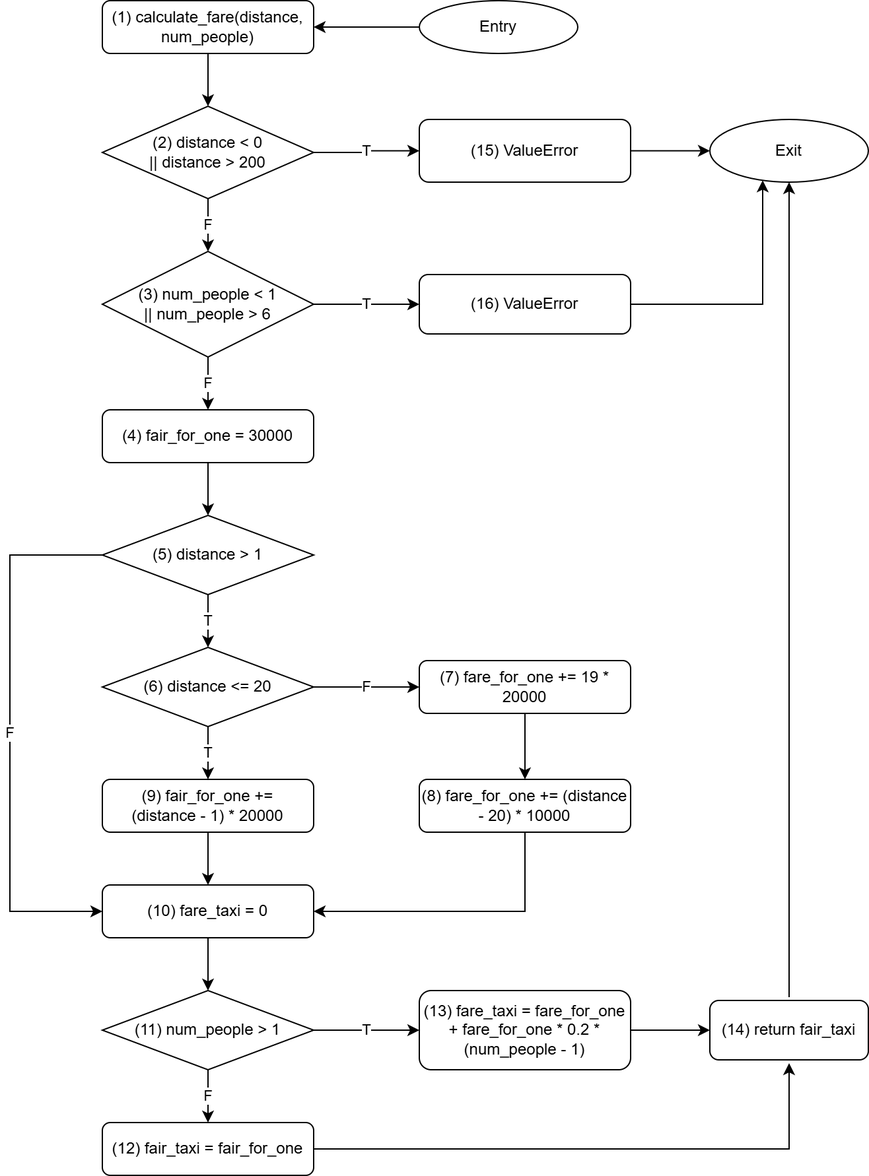
The draw.io diagram kiem_thu_luong_du_lieu/images/my_function.png in huudong03uet/Testing, before a commit. Source tidied: cells renumbered, new cells last; positions are measured from the earlier drawing's top-left corner, leaving out a move shared by most shapes.
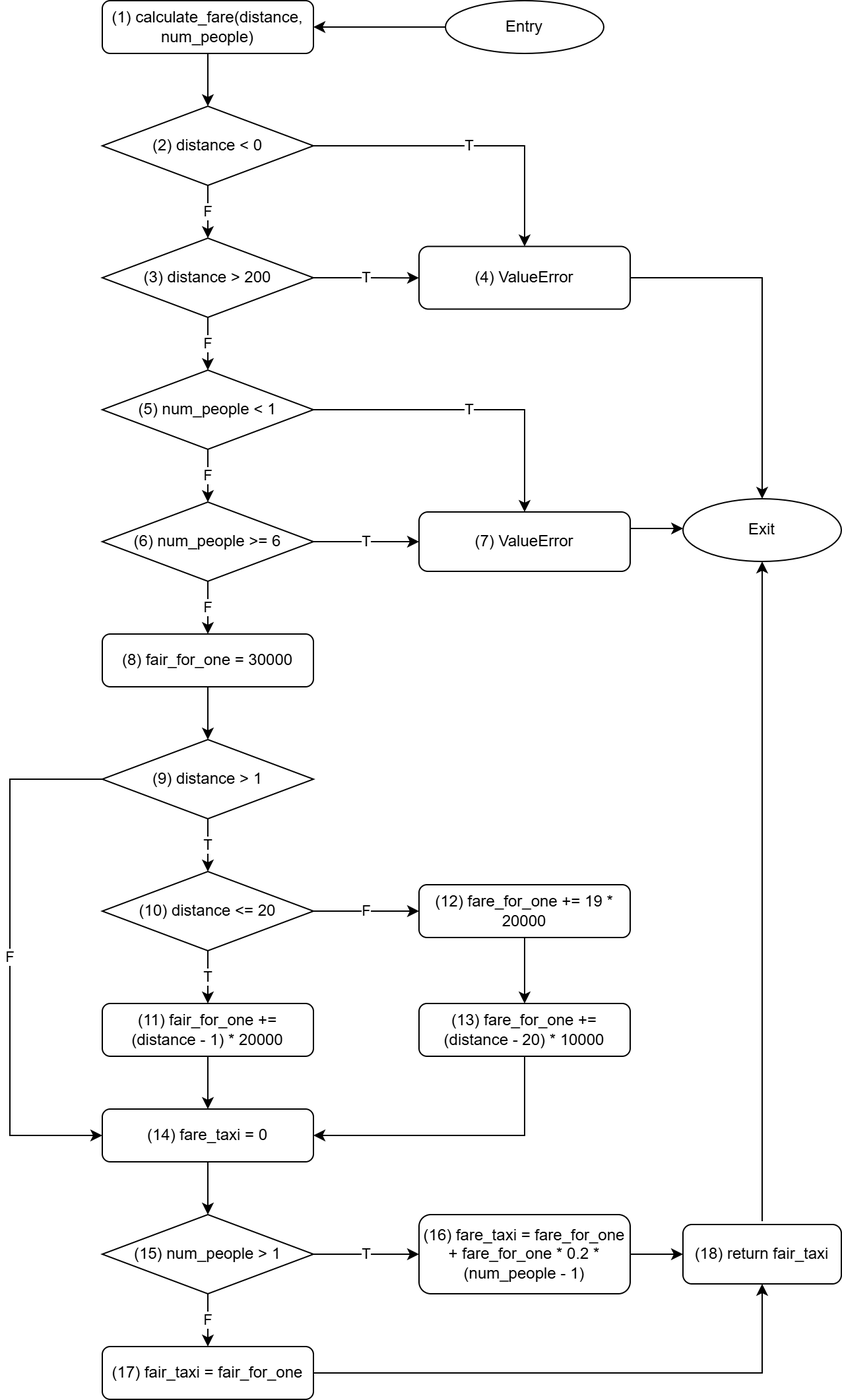
The same diagram one commit later.

Change to the diagram source:
```diff
@@ -6,16 +6,19 @@
       <mxGeometry relative="1" as="geometry" />
     </mxCell>
     <mxCell id="3" value="Entry" style="ellipse;whiteSpace=wrap;html=1;" parent="1" vertex="1">
-      <mxGeometry x="310" width="120" height="40" as="geometry" />
+      <mxGeometry x="330" y="-170" width="120" height="40" as="geometry" />
     </mxCell>
-    <mxCell id="4" value="F" style="edgeStyle=orthogonalEdgeStyle;rounded=0;jettySize=auto;html=1;exitX=0.5;exitY=1;exitDx=0;exitDy=0;entryX=0.5;entryY=0;entryDx=0;entryDy=0;" parent="1" edge="1" source="6" target="9">
+    <mxCell id="4" value="F" style="edgeStyle=orthogonalEdgeStyle;rounded=0;jettySize=auto;html=1;entryX=0.5;entryY=0;entryDx=0;entryDy=0;" parent="1" edge="1" source="47" target="9">
       <mxGeometry relative="1" as="geometry" />
     </mxCell>
     <mxCell id="5" value="T" style="edgeStyle=orthogonalEdgeStyle;rounded=0;jettySize=auto;html=1;exitX=1;exitY=0.5;exitDx=0;exitDy=0;" parent="1" edge="1" source="6" target="24">
       <mxGeometry relative="1" as="geometry" />
     </mxCell>
+    <mxCell id="42" value="F" style="edgeStyle=orthogonalEdgeStyle;rounded=0;jettySize=auto;html=1;exitX=0.5;exitY=1;exitDx=0;exitDy=0;" parent="1" edge="1" source="6" target="47">
+      <mxGeometry relative="1" as="geometry" />
+    </mxCell>
-    <mxCell id="6" value="(2) distance &amp;lt; 0&lt;div&gt;|| distance &amp;gt; 200&lt;/div&gt;" style="rhombus;whiteSpace=wrap;html=1;" parent="1" vertex="1">
-      <mxGeometry x="70" y="80" width="160" height="70" as="geometry" />
+    <mxCell id="6" value="(3)&amp;nbsp;&lt;span style=&quot;background-color: initial;&quot;&gt;distance &amp;gt; 200&lt;/span&gt;" style="rhombus;whiteSpace=wrap;html=1;" parent="1" vertex="1">
+      <mxGeometry x="70" y="10" width="160" height="60" as="geometry" />
     </mxCell>
     <mxCell id="7" value="F" style="edgeStyle=orthogonalEdgeStyle;rounded=0;jettySize=auto;html=1;exitX=0.5;exitY=1;exitDx=0;exitDy=0;entryX=0.5;entryY=0;entryDx=0;entryDy=0;" parent="1" edge="1" source="9" target="11">
       <mxGeometry relative="1" as="geometry" />
@@ -23,13 +26,13 @@
     <mxCell id="8" value="T" style="edgeStyle=orthogonalEdgeStyle;rounded=0;jettySize=auto;html=1;exitX=1;exitY=0.5;exitDx=0;exitDy=0;" parent="1" edge="1" source="9" target="26">
       <mxGeometry relative="1" as="geometry" />
     </mxCell>
-    <mxCell id="9" value="(3) num_people &amp;lt; 1&lt;div&gt;|| num_people&amp;nbsp;&amp;gt; 6&lt;/div&gt;" style="rhombus;whiteSpace=wrap;html=1;" parent="1" vertex="1">
-      <mxGeometry x="70" y="190" width="160" height="80" as="geometry" />
+    <mxCell id="9" value="(6)&lt;span style=&quot;background-color: initial;&quot;&gt;&amp;nbsp;num_people&amp;nbsp;&amp;gt;= 6&lt;/span&gt;" style="rhombus;whiteSpace=wrap;html=1;" parent="1" vertex="1">
+      <mxGeometry x="70" y="210" width="160" height="60" as="geometry" />
     </mxCell>
     <mxCell id="10" style="edgeStyle=orthogonalEdgeStyle;rounded=0;jettySize=auto;html=1;exitX=0.5;exitY=1;exitDx=0;exitDy=0;entryX=0.5;entryY=0;entryDx=0;entryDy=0;" parent="1" edge="1" source="11" target="14">
       <mxGeometry relative="1" as="geometry" />
     </mxCell>
-    <mxCell id="11" value="(4) fair_for_one = 30000" style="rounded=1;whiteSpace=wrap;html=1;" parent="1" vertex="1">
+    <mxCell id="11" value="(8) fair_for_one = 30000" style="rounded=1;whiteSpace=wrap;html=1;" parent="1" vertex="1">
       <mxGeometry x="70" y="310" width="160" height="40" as="geometry" />
     </mxCell>
     <mxCell id="12" value="T" style="edgeStyle=orthogonalEdgeStyle;rounded=0;jettySize=auto;html=1;exitX=0.5;exitY=1;exitDx=0;exitDy=0;" parent="1" edge="1" source="14" target="17">
@@ -43,7 +46,7 @@
         </Array>
       </mxGeometry>
     </mxCell>
-    <mxCell id="14" value="(5) distance &amp;gt; 1" style="rhombus;whiteSpace=wrap;html=1;" parent="1" vertex="1">
+    <mxCell id="14" value="(9) distance &amp;gt; 1" style="rhombus;whiteSpace=wrap;html=1;" parent="1" vertex="1">
       <mxGeometry x="70" y="390" width="160" height="60" as="geometry" />
     </mxCell>
     <mxCell id="15" value="T" style="edgeStyle=orthogonalEdgeStyle;rounded=0;jettySize=auto;html=1;" parent="1" edge="1" source="17" target="19">
@@ -52,13 +55,13 @@
     <mxCell id="16" value="F" style="edgeStyle=orthogonalEdgeStyle;rounded=0;jettySize=auto;html=1;" parent="1" edge="1" source="17" target="22">
       <mxGeometry relative="1" as="geometry" />
     </mxCell>
-    <mxCell id="17" value="(6) distance &amp;lt;= 20" style="rhombus;whiteSpace=wrap;html=1;" parent="1" vertex="1">
+    <mxCell id="17" value="(10) distance &amp;lt;= 20" style="rhombus;whiteSpace=wrap;html=1;" parent="1" vertex="1">
       <mxGeometry x="70" y="490" width="160" height="60" as="geometry" />
     </mxCell>
     <mxCell id="18" style="edgeStyle=orthogonalEdgeStyle;rounded=0;jettySize=auto;html=1;exitX=0.5;exitY=1;exitDx=0;exitDy=0;" parent="1" edge="1" source="19" target="28">
       <mxGeometry relative="1" as="geometry" />
     </mxCell>
-    <mxCell id="19" value="&amp;nbsp;(9) fair_for_one +=&amp;nbsp;&lt;div&gt;(distance - 1) * 20000&lt;/div&gt;" style="rounded=1;whiteSpace=wrap;html=1;" parent="1" vertex="1">
+    <mxCell id="19" value="&amp;nbsp;(11) fair_for_one +=&amp;nbsp;&lt;div&gt;(distance - 1) * 20000&lt;/div&gt;" style="rounded=1;whiteSpace=wrap;html=1;" parent="1" vertex="1">
       <mxGeometry x="70" y="590" width="160" height="40" as="geometry" />
     </mxCell>
     <mxCell id="20" style="edgeStyle=orthogonalEdgeStyle;rounded=0;jettySize=auto;html=1;exitX=0.5;exitY=1;exitDx=0;exitDy=0;" parent="1" edge="1" source="41" target="28">
@@ -71,14 +74,14 @@
     <mxCell id="21" style="edgeStyle=orthogonalEdgeStyle;rounded=0;jettySize=auto;html=1;exitX=0.5;exitY=1;exitDx=0;exitDy=0;entryX=0.5;entryY=0;entryDx=0;entryDy=0;" parent="1" edge="1" source="22" target="41">
       <mxGeometry relative="1" as="geometry" />
     </mxCell>
-    <mxCell id="22" value="&lt;div&gt;(7) fare_for_one += 19 * 20000&lt;/div&gt;" style="rounded=1;whiteSpace=wrap;html=1;" parent="1" vertex="1">
+    <mxCell id="22" value="&lt;div&gt;(12) fare_for_one += 19 * 20000&lt;/div&gt;" style="rounded=1;whiteSpace=wrap;html=1;" parent="1" vertex="1">
       <mxGeometry x="310" y="500" width="160" height="40" as="geometry" />
     </mxCell>
     <mxCell id="23" style="edgeStyle=orthogonalEdgeStyle;rounded=0;jettySize=auto;html=1;exitX=1;exitY=0.5;exitDx=0;exitDy=0;" parent="1" edge="1" source="24" target="36">
       <mxGeometry relative="1" as="geometry" />
     </mxCell>
-    <mxCell id="24" value="(15) ValueError" style="rounded=1;whiteSpace=wrap;html=1;" parent="1" vertex="1">
-      <mxGeometry x="310" y="90" width="160" height="47.5" as="geometry" />
+    <mxCell id="24" value="(4) ValueError" style="rounded=1;whiteSpace=wrap;html=1;" parent="1" vertex="1">
+      <mxGeometry x="310" y="16.2" width="160" height="47.5" as="geometry" />
     </mxCell>
     <mxCell id="25" style="edgeStyle=orthogonalEdgeStyle;rounded=0;jettySize=auto;html=1;exitX=1;exitY=0.5;exitDx=0;exitDy=0;" parent="1" edge="1" source="26" target="36">
       <mxGeometry relative="1" as="geometry">
@@ -87,13 +90,13 @@
         </Array>
       </mxGeometry>
     </mxCell>
-    <mxCell id="26" value="(16) ValueError" style="rounded=1;whiteSpace=wrap;html=1;" parent="1" vertex="1">
-      <mxGeometry x="310" y="207.5" width="160" height="45" as="geometry" />
+    <mxCell id="26" value="(7) ValueError" style="rounded=1;whiteSpace=wrap;html=1;" parent="1" vertex="1">
+      <mxGeometry x="310" y="217.5" width="160" height="45" as="geometry" />
     </mxCell>
     <mxCell id="27" style="edgeStyle=orthogonalEdgeStyle;rounded=0;jettySize=auto;html=1;exitX=0.5;exitY=1;exitDx=0;exitDy=0;entryX=0.5;entryY=0;entryDx=0;entryDy=0;" parent="1" edge="1" source="28" target="31">
       <mxGeometry relative="1" as="geometry" />
     </mxCell>
-    <mxCell id="28" value="(10) fare_taxi = 0" style="rounded=1;whiteSpace=wrap;html=1;" parent="1" vertex="1">
+    <mxCell id="28" value="(14) fare_taxi = 0" style="rounded=1;whiteSpace=wrap;html=1;" parent="1" vertex="1">
       <mxGeometry x="70" y="670" width="160" height="40" as="geometry" />
     </mxCell>
     <mxCell id="29" value="F" style="edgeStyle=orthogonalEdgeStyle;rounded=0;jettySize=auto;html=1;exitX=0.5;exitY=1;exitDx=0;exitDy=0;entryX=0.5;entryY=0;entryDx=0;entryDy=0;" parent="1" edge="1" source="31" target="33">
@@ -102,49 +105,63 @@
     <mxCell id="30" value="T" style="edgeStyle=orthogonalEdgeStyle;rounded=0;jettySize=auto;html=1;exitX=1;exitY=0.5;exitDx=0;exitDy=0;" parent="1" edge="1" source="31" target="34">
       <mxGeometry relative="1" as="geometry" />
     </mxCell>
-    <mxCell id="31" value="(11) num_people &amp;gt; 1" style="rhombus;whiteSpace=wrap;html=1;" parent="1" vertex="1">
+    <mxCell id="31" value="(15) num_people &amp;gt; 1" style="rhombus;whiteSpace=wrap;html=1;" parent="1" vertex="1">
       <mxGeometry x="70" y="750" width="160" height="60" as="geometry" />
     </mxCell>
-    <mxCell id="32" style="edgeStyle=orthogonalEdgeStyle;rounded=0;jettySize=auto;html=1;exitX=1;exitY=0.5;exitDx=0;exitDy=0;" parent="1" edge="1" source="33">
+    <mxCell id="32" style="edgeStyle=orthogonalEdgeStyle;rounded=0;jettySize=auto;html=1;exitX=1;exitY=0.5;exitDx=0;exitDy=0;entryX=0.5;entryY=1;entryDx=0;entryDy=0;" parent="1" edge="1" source="33" target="38">
       <mxGeometry relative="1" as="geometry">
-        <mxPoint x="590" y="805" as="targetPoint" />
         <Array as="points">
-          <mxPoint x="590" y="870" />
+          <mxPoint x="570" y="870" />
         </Array>
       </mxGeometry>
     </mxCell>
-    <mxCell id="33" value="(12) fair_taxi = fair_for_one" style="rounded=1;whiteSpace=wrap;html=1;" parent="1" vertex="1">
+    <mxCell id="33" value="(17) fair_taxi = fair_for_one" style="rounded=1;whiteSpace=wrap;html=1;" parent="1" vertex="1">
       <mxGeometry x="70" y="850" width="160" height="40" as="geometry" />
     </mxCell>
-    <mxCell id="34" value="(13) fare_taxi = fare_for_one + fare_for_one * 0.2 * (num_people - 1)" style="rounded=1;whiteSpace=wrap;html=1;" parent="1" vertex="1">
+    <mxCell id="34" value="(16) fare_taxi = fare_for_one + fare_for_one * 0.2 * (num_people - 1)" style="rounded=1;whiteSpace=wrap;html=1;" parent="1" vertex="1">
       <mxGeometry x="310" y="750" width="160" height="60" as="geometry" />
     </mxCell>
     <mxCell id="35" style="edgeStyle=orthogonalEdgeStyle;rounded=0;jettySize=auto;html=1;exitX=1;exitY=0.5;exitDx=0;exitDy=0;" parent="1" edge="1" source="34" target="38">
       <mxGeometry relative="1" as="geometry" />
     </mxCell>
     <mxCell id="36" value="Exit" style="ellipse;whiteSpace=wrap;html=1;" parent="1" vertex="1">
-      <mxGeometry x="530" y="90" width="120" height="47.5" as="geometry" />
+      <mxGeometry x="510" y="207.5" width="120" height="47.5" as="geometry" />
     </mxCell>
-    <mxCell id="37" style="edgeStyle=orthogonalEdgeStyle;rounded=0;jettySize=auto;html=1;exitX=0.5;exitY=0;exitDx=0;exitDy=0;" parent="1" edge="1" target="36">
+    <mxCell id="37" style="edgeStyle=orthogonalEdgeStyle;rounded=0;jettySize=auto;html=1;exitX=0.5;exitY=0;exitDx=0;exitDy=0;entryX=0.5;entryY=1;entryDx=0;entryDy=0;" parent="1" edge="1" target="36">
       <mxGeometry relative="1" as="geometry">
-        <mxPoint x="590" y="755" as="sourcePoint" />
+        <mxPoint x="570" y="755" as="sourcePoint" />
         <Array as="points">
-          <mxPoint x="590" y="280" />
-          <mxPoint x="590" y="280" />
+          <mxPoint x="570" y="310" />
+          <mxPoint x="570" y="310" />
         </Array>
       </mxGeometry>
     </mxCell>
-    <mxCell id="38" value="(14) return fair_taxi" style="rounded=1;whiteSpace=wrap;html=1;" parent="1" vertex="1">
-      <mxGeometry x="530" y="757.5" width="120" height="45" as="geometry" />
+    <mxCell id="38" value="(18) return fair_taxi" style="rounded=1;whiteSpace=wrap;html=1;" parent="1" vertex="1">
+      <mxGeometry x="510" y="757.5" width="120" height="45" as="geometry" />
     </mxCell>
-    <mxCell id="39" style="edgeStyle=orthogonalEdgeStyle;rounded=0;jettySize=auto;html=1;exitX=0.5;exitY=1;exitDx=0;exitDy=0;entryX=0.5;entryY=0;entryDx=0;entryDy=0;" parent="1" edge="1" source="40" target="6">
+    <mxCell id="39" value="F" style="edgeStyle=orthogonalEdgeStyle;rounded=0;jettySize=auto;html=1;exitX=0.5;exitY=1;exitDx=0;exitDy=0;entryX=0.5;entryY=0;entryDx=0;entryDy=0;" parent="1" edge="1" source="45" target="6">
       <mxGeometry relative="1" as="geometry" />
     </mxCell>
+    <mxCell id="43" style="edgeStyle=orthogonalEdgeStyle;rounded=0;jettySize=auto;html=1;exitX=0.5;exitY=1;exitDx=0;exitDy=0;" parent="1" edge="1" source="40" target="45">
+      <mxGeometry relative="1" as="geometry" />
+    </mxCell>
     <mxCell id="40" value="&lt;div&gt;(1) calculate_fare(distance, num_people&lt;span style=&quot;background-color: initial;&quot;&gt;)&lt;/span&gt;&lt;/div&gt;" style="rounded=1;whiteSpace=wrap;html=1;" parent="1" vertex="1">
-      <mxGeometry x="70" width="160" height="40" as="geometry" />
+      <mxGeometry x="70" y="-170" width="160" height="40" as="geometry" />
     </mxCell>
-    <mxCell id="41" value="(8) fare_for_one += (distance - 20) * 10000" style="rounded=1;whiteSpace=wrap;html=1;" parent="1" vertex="1">
+    <mxCell id="41" value="(13) fare_for_one += (distance - 20) * 10000" style="rounded=1;whiteSpace=wrap;html=1;" parent="1" vertex="1">
       <mxGeometry x="310" y="590" width="160" height="40" as="geometry" />
     </mxCell>
+    <mxCell id="44" value="T" style="edgeStyle=orthogonalEdgeStyle;rounded=0;jettySize=auto;html=1;exitX=1;exitY=0.5;exitDx=0;exitDy=0;" parent="1" edge="1" source="45" target="24">
+      <mxGeometry relative="1" as="geometry" />
+    </mxCell>
+    <mxCell id="45" value="(2) distance &amp;lt; 0" style="rhombus;whiteSpace=wrap;html=1;" parent="1" vertex="1">
+      <mxGeometry x="70" y="-90" width="160" height="60" as="geometry" />
+    </mxCell>
+    <mxCell id="46" value="T" style="edgeStyle=orthogonalEdgeStyle;rounded=0;jettySize=auto;html=1;exitX=1;exitY=0.5;exitDx=0;exitDy=0;" parent="1" edge="1" source="47" target="26">
+      <mxGeometry relative="1" as="geometry" />
+    </mxCell>
+    <mxCell id="47" value="(5) num_people &amp;lt; 1" style="rhombus;whiteSpace=wrap;html=1;" parent="1" vertex="1">
+      <mxGeometry x="70" y="110" width="160" height="60" as="geometry" />
+    </mxCell>
   </root>
 </mxGraphModel>
```
